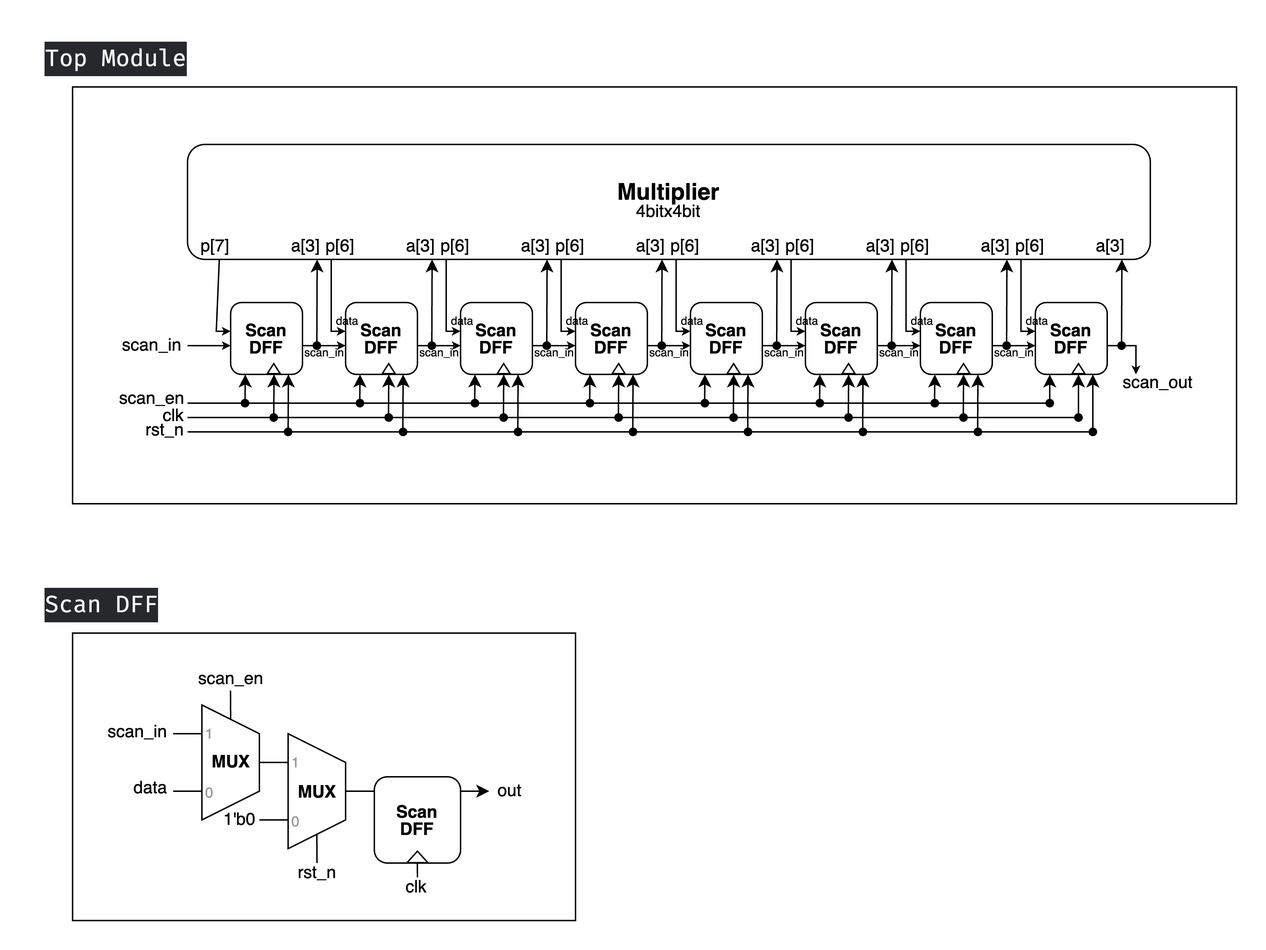
The draw.io diagram roger/Lab4/Circuit Diagram/a2.png in rogerfan48/Course-Soph1-HDL, before a commit. Source tidied: cells renumbered, new cells last; positions are measured from the earlier drawing's top-left corner, leaving out a move shared by most shapes.
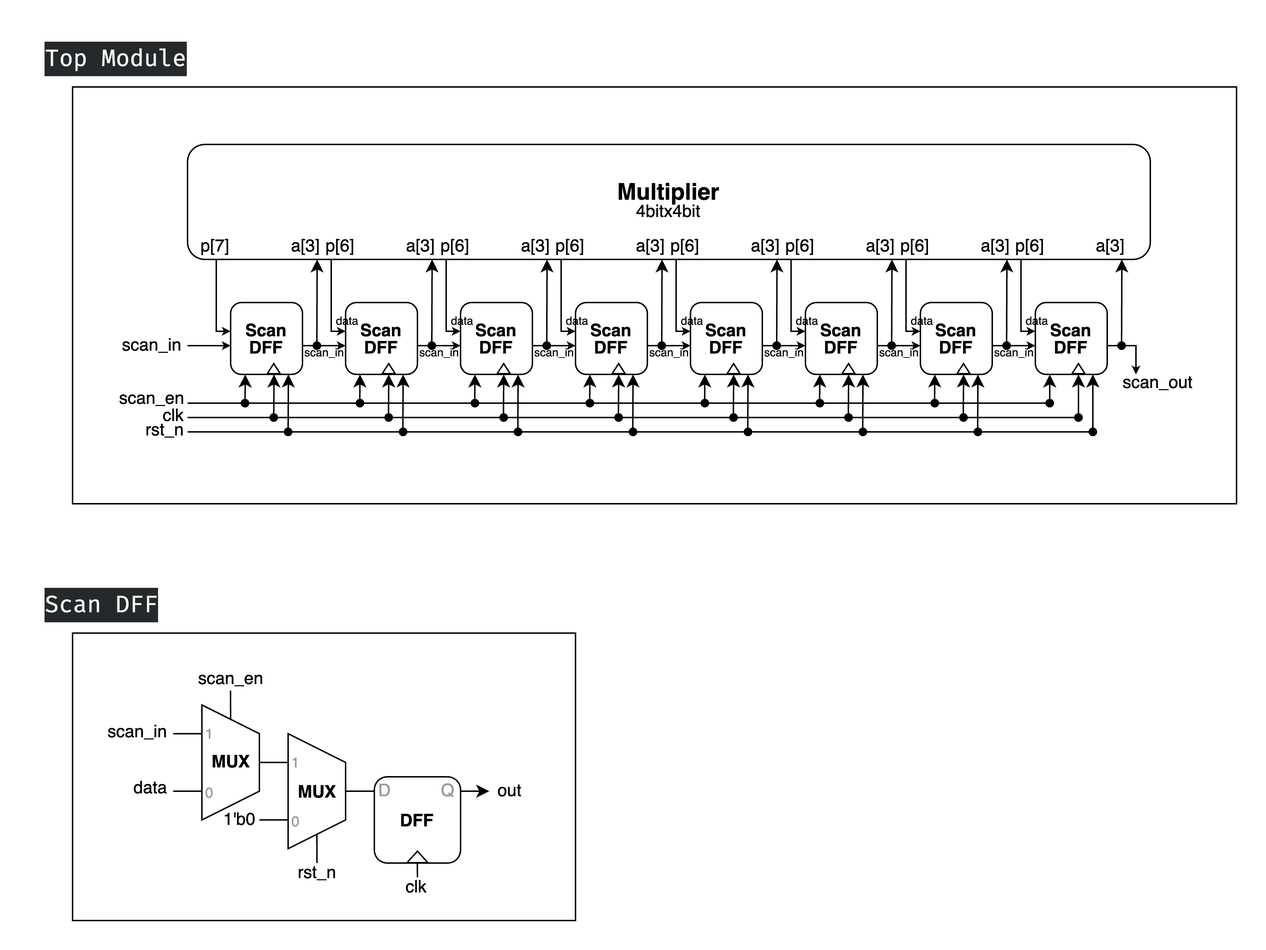
Later version of the same file.

Diff of the diagram source:
```diff
@@ -614,7 +614,7 @@
     <mxCell id="137" value="&lt;div style=&quot;color: rgb(248, 248, 242); background-color: rgb(38, 41, 44); font-family: &amp;quot;Fira Code&amp;quot;, Consolas, &amp;quot;Courier New&amp;quot;, monospace, Menlo, Monaco, &amp;quot;Courier New&amp;quot;, monospace; font-size: 16px; line-height: 24px; white-space-collapse: preserve;&quot;&gt;Top Module&lt;/div&gt;" style="text;html=1;align=center;verticalAlign=middle;strokeColor=none;fillColor=none;" parent="1" vertex="1">
       <mxGeometry width="120" height="40" as="geometry" />
     </mxCell>
-    <mxCell id="138" value="&lt;p style=&quot;line-height: 0%;&quot;&gt;&lt;b style=&quot;&quot;&gt;&lt;font style=&quot;font-size: 12px;&quot;&gt;Scan&lt;/font&gt;&lt;/b&gt;&lt;/p&gt;&lt;p style=&quot;line-height: 0%;&quot;&gt;&lt;b style=&quot;&quot;&gt;&lt;font style=&quot;font-size: 12px;&quot;&gt;DFF&lt;/font&gt;&lt;/b&gt;&lt;/p&gt;&lt;p&gt;&lt;/p&gt;" style="rounded=1;whiteSpace=wrap;html=1;" parent="1" vertex="1">
+    <mxCell id="138" value="&lt;p style=&quot;line-height: 0%;&quot;&gt;&lt;b&gt;DFF&lt;/b&gt;&lt;/p&gt;&lt;p&gt;&lt;/p&gt;" style="rounded=1;whiteSpace=wrap;html=1;" parent="1" vertex="1">
       <mxGeometry x="240" y="520" width="60" height="60" as="geometry" />
     </mxCell>
     <mxCell id="139" style="edgeStyle=orthogonalEdgeStyle;rounded=0;jettySize=auto;html=1;exitX=1;exitY=0.5;exitDx=0;exitDy=0;endArrow=none;endFill=0;" parent="1" edge="1" source="140">
@@ -721,5 +721,11 @@
     <mxCell id="164" value="&lt;div style=&quot;color: rgb(248, 248, 242); background-color: rgb(38, 41, 44); font-family: &amp;quot;Fira Code&amp;quot;, Consolas, &amp;quot;Courier New&amp;quot;, monospace, Menlo, Monaco, &amp;quot;Courier New&amp;quot;, monospace; font-size: 16px; line-height: 24px; white-space-collapse: preserve;&quot;&gt;Scan DFF&lt;/div&gt;" style="text;html=1;align=center;verticalAlign=middle;strokeColor=none;fillColor=none;" parent="1" vertex="1">
       <mxGeometry y="380" width="100" height="40" as="geometry" />
     </mxCell>
+    <mxCell id="165" value="D" style="text;html=1;align=center;verticalAlign=middle;strokeColor=none;fillColor=none;fontColor=#999999;" parent="1" vertex="1">
+      <mxGeometry x="232" y="515" width="30" height="30" as="geometry" />
+    </mxCell>
+    <mxCell id="166" value="Q" style="text;html=1;align=center;verticalAlign=middle;strokeColor=none;fillColor=none;fontColor=#999999;" parent="1" vertex="1">
+      <mxGeometry x="276" y="515" width="30" height="30" as="geometry" />
+    </mxCell>
   </root>
 </mxGraphModel>
```
